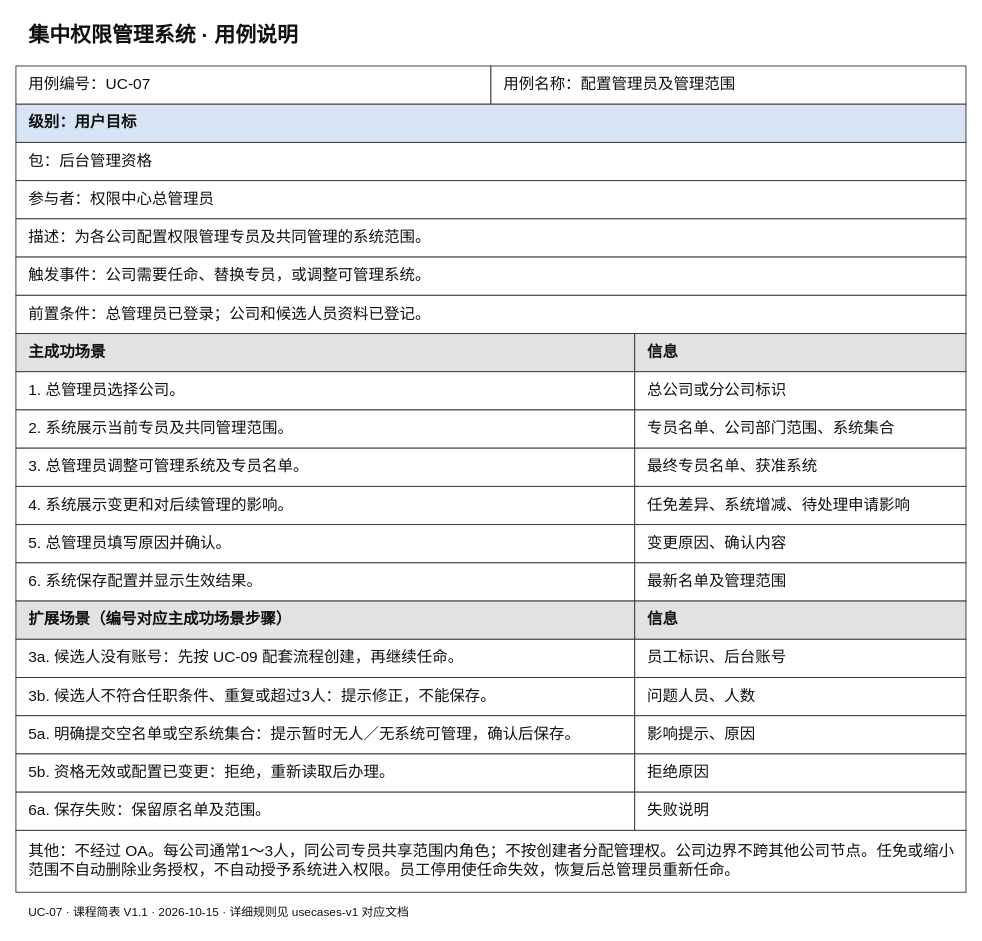
Noah-hope/RBAC-admin keeps this draw.io diagram as docs/按用例分类/UC-07_配置管理员及管理范围/课程简表.drawio. Above is the earlier version. Source tidied: cells renumbered, new cells numbered last; positions are measured from the earlier drawing's top-left corner, leaving out a move shared by most shapes. Both pictures are drawn from the tidied source at 91%, with x=0, y=0 at pixel (15, 15).
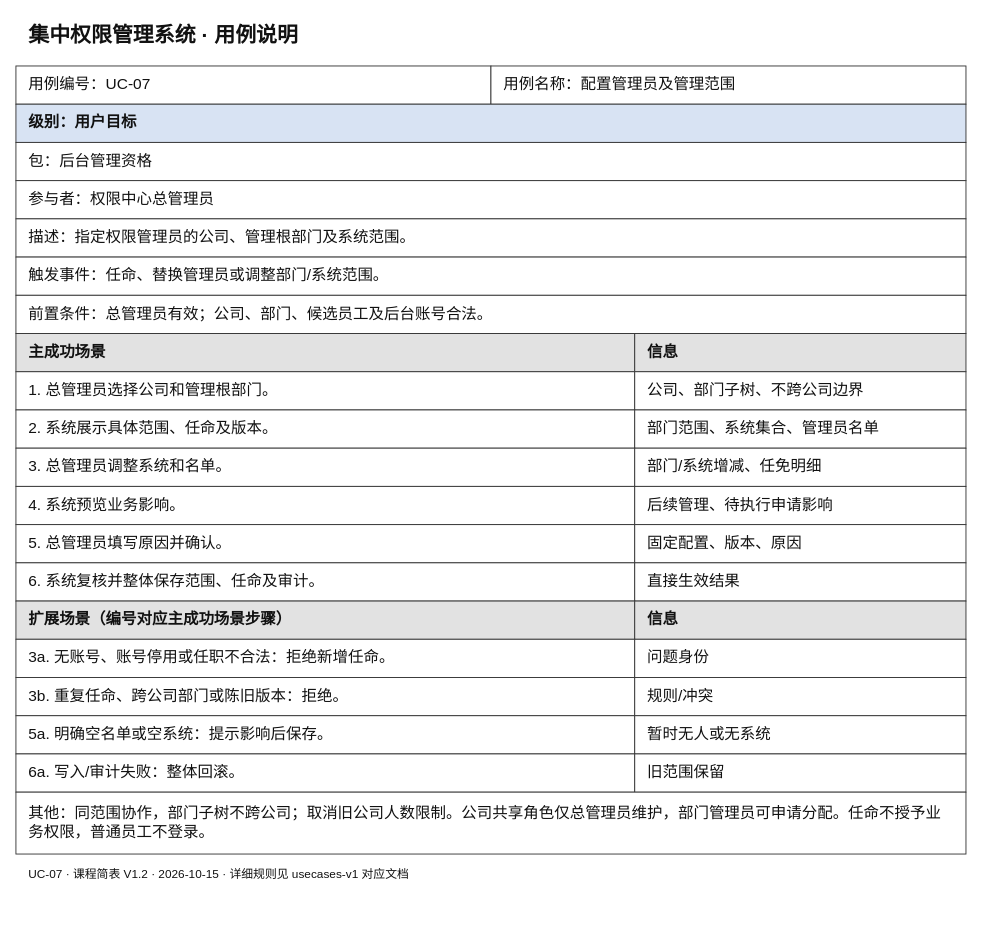
Above is the later version.

What changed in the source:
```diff
@@
-    <mxCell id="8" value="描述：为各公司配置权限管理专员及共同管理的系统范围。" style="rounded=0;whiteSpace=wrap;html=0;fontFamily=Microsoft YaHei;fontSize=17;fontColor=#111111;align=left;verticalAlign=middle;spacingLeft=12;spacingRight=12;spacingTop=8;spacingBottom=8;fillColor=#ffffff;strokeColor=#333333;fontStyle=0;" parent="1" vertex="1">
+    <mxCell id="8" value="描述：指定权限管理员的公司、管理根部门及系统范围。" style="rounded=0;whiteSpace=wrap;html=0;fontFamily=Microsoft YaHei;fontSize=17;fontColor=#111111;align=left;verticalAlign=middle;spacingLeft=12;spacingRight=12;spacingTop=8;spacingBottom=8;fillColor=#ffffff;strokeColor=#333333;fontStyle=0;" parent="1" vertex="1">
       <mxGeometry y="223" width="1044" height="42" as="geometry" />
     </mxCell>
-    <mxCell id="9" value="触发事件：公司需要任命、替换专员，或调整可管理系统。" style="rounded=0;whiteSpace=wrap;html=0;fontFamily=Microsoft YaHei;fontSize=17;fontColor=#111111;align=left;verticalAlign=middle;spacingLeft=12;spacingRight=12;spacingTop=8;spacingBottom=8;fillColor=#ffffff;strokeColor=#333333;fontStyle=0;" parent="1" vertex="1">
+    <mxCell id="9" value="触发事件：任命、替换管理员或调整部门/系统范围。" style="rounded=0;whiteSpace=wrap;html=0;fontFamily=Microsoft YaHei;fontSize=17;fontColor=#111111;align=left;verticalAlign=middle;spacingLeft=12;spacingRight=12;spacingTop=8;spacingBottom=8;fillColor=#ffffff;strokeColor=#333333;fontStyle=0;" parent="1" vertex="1">
       <mxGeometry y="265" width="1044" height="42" as="geometry" />
     </mxCell>
-    <mxCell id="10" value="前置条件：总管理员已登录；公司和候选人员资料已登记。" style="rounded=0;whiteSpace=wrap;html=0;fontFamily=Microsoft YaHei;fontSize=17;fontColor=#111111;align=left;verticalAlign=middle;spacingLeft=12;spacingRight=12;spacingTop=8;spacingBottom=8;fillColor=#ffffff;strokeColor=#333333;fontStyle=0;" parent="1" vertex="1">
+    <mxCell id="10" value="前置条件：总管理员有效；公司、部门、候选员工及后台账号合法。" style="rounded=0;whiteSpace=wrap;html=0;fontFamily=Microsoft YaHei;fontSize=17;fontColor=#111111;align=left;verticalAlign=middle;spacingLeft=12;spacingRight=12;spacingTop=8;spacingBottom=8;fillColor=#ffffff;strokeColor=#333333;fontStyle=0;" parent="1" vertex="1">
       <mxGeometry y="307" width="1044" height="42" as="geometry" />
     </mxCell>
@@
-    <mxCell id="13" value="1. 总管理员选择公司。" style="rounded=0;whiteSpace=wrap;html=0;fontFamily=Microsoft YaHei;fontSize=17;fontColor=#111111;align=left;verticalAlign=middle;spacingLeft=12;spacingRight=12;spacingTop=8;spacingBottom=8;fillColor=#ffffff;strokeColor=#333333;fontStyle=0;" parent="1" vertex="1">
+    <mxCell id="13" value="1. 总管理员选择公司和管理根部门。" style="rounded=0;whiteSpace=wrap;html=0;fontFamily=Microsoft YaHei;fontSize=17;fontColor=#111111;align=left;verticalAlign=middle;spacingLeft=12;spacingRight=12;spacingTop=8;spacingBottom=8;fillColor=#ffffff;strokeColor=#333333;fontStyle=0;" parent="1" vertex="1">
       <mxGeometry y="391" width="680" height="42" as="geometry" />
     </mxCell>
-    <mxCell id="14" value="总公司或分公司标识" style="rounded=0;whiteSpace=wrap;html=0;fontFamily=Microsoft YaHei;fontSize=17;fontColor=#111111;align=left;verticalAlign=middle;spacingLeft=12;spacingRight=12;spacingTop=8;spacingBottom=8;fillColor=#ffffff;strokeColor=#333333;fontStyle=0;" parent="1" vertex="1">
+    <mxCell id="14" value="公司、部门子树、不跨公司边界" style="rounded=0;whiteSpace=wrap;html=0;fontFamily=Microsoft YaHei;fontSize=17;fontColor=#111111;align=left;verticalAlign=middle;spacingLeft=12;spacingRight=12;spacingTop=8;spacingBottom=8;fillColor=#ffffff;strokeColor=#333333;fontStyle=0;" parent="1" vertex="1">
       <mxGeometry x="680" y="391" width="364" height="42" as="geometry" />
     </mxCell>
-    <mxCell id="15" value="2. 系统展示当前专员及共同管理范围。" style="rounded=0;whiteSpace=wrap;html=0;fontFamily=Microsoft YaHei;fontSize=17;fontColor=#111111;align=left;verticalAlign=middle;spacingLeft=12;spacingRight=12;spacingTop=8;spacingBottom=8;fillColor=#ffffff;strokeColor=#333333;fontStyle=0;" parent="1" vertex="1">
+    <mxCell id="15" value="2. 系统展示具体范围、任命及版本。" style="rounded=0;whiteSpace=wrap;html=0;fontFamily=Microsoft YaHei;fontSize=17;fontColor=#111111;align=left;verticalAlign=middle;spacingLeft=12;spacingRight=12;spacingTop=8;spacingBottom=8;fillColor=#ffffff;strokeColor=#333333;fontStyle=0;" parent="1" vertex="1">
       <mxGeometry y="433" width="680" height="42" as="geometry" />
     </mxCell>
-    <mxCell id="16" value="专员名单、公司部门范围、系统集合" style="rounded=0;whiteSpace=wrap;html=0;fontFamily=Microsoft YaHei;fontSize=17;fontColor=#111111;align=left;verticalAlign=middle;spacingLeft=12;spacingRight=12;spacingTop=8;spacingBottom=8;fillColor=#ffffff;strokeColor=#333333;fontStyle=0;" parent="1" vertex="1">
+    <mxCell id="16" value="部门范围、系统集合、管理员名单" style="rounded=0;whiteSpace=wrap;html=0;fontFamily=Microsoft YaHei;fontSize=17;fontColor=#111111;align=left;verticalAlign=middle;spacingLeft=12;spacingRight=12;spacingTop=8;spacingBottom=8;fillColor=#ffffff;strokeColor=#333333;fontStyle=0;" parent="1" vertex="1">
       <mxGeometry x="680" y="433" width="364" height="42" as="geometry" />
     </mxCell>
-    <mxCell id="17" value="3. 总管理员调整可管理系统及专员名单。" style="rounded=0;whiteSpace=wrap;html=0;fontFamily=Microsoft YaHei;fontSize=17;fontColor=#111111;align=left;verticalAlign=middle;spacingLeft=12;spacingRight=12;spacingTop=8;spacingBottom=8;fillColor=#ffffff;strokeColor=#333333;fontStyle=0;" parent="1" vertex="1">
+    <mxCell id="17" value="3. 总管理员调整系统和名单。" style="rounded=0;whiteSpace=wrap;html=0;fontFamily=Microsoft YaHei;fontSize=17;fontColor=#111111;align=left;verticalAlign=middle;spacingLeft=12;spacingRight=12;spacingTop=8;spacingBottom=8;fillColor=#ffffff;strokeColor=#333333;fontStyle=0;" parent="1" vertex="1">
       <mxGeometry y="475" width="680" height="42" as="geometry" />
     </mxCell>
-    <mxCell id="18" value="最终专员名单、获准系统" style="rounded=0;whiteSpace=wrap;html=0;fontFamily=Microsoft YaHei;fontSize=17;fontColor=#111111;align=left;verticalAlign=middle;spacingLeft=12;spacingRight=12;spacingTop=8;spacingBottom=8;fillColor=#ffffff;strokeColor=#333333;fontStyle=0;" parent="1" vertex="1">
+    <mxCell id="18" value="部门/系统增减、任免明细" style="rounded=0;whiteSpace=wrap;html=0;fontFamily=Microsoft YaHei;fontSize=17;fontColor=#111111;align=left;verticalAlign=middle;spacingLeft=12;spacingRight=12;spacingTop=8;spacingBottom=8;fillColor=#ffffff;strokeColor=#333333;fontStyle=0;" parent="1" vertex="1">
       <mxGeometry x="680" y="475" width="364" height="42" as="geometry" />
     </mxCell>
-    <mxCell id="19" value="4. 系统展示变更和对后续管理的影响。" style="rounded=0;whiteSpace=wrap;html=0;fontFamily=Microsoft YaHei;fontSize=17;fontColor=#111111;align=left;verticalAlign=middle;spacingLeft=12;spacingRight=12;spacingTop=8;spacingBottom=8;fillColor=#ffffff;strokeColor=#333333;fontStyle=0;" parent="1" vertex="1">
+    <mxCell id="19" value="4. 系统预览业务影响。" style="rounded=0;whiteSpace=wrap;html=0;fontFamily=Microsoft YaHei;fontSize=17;fontColor=#111111;align=left;verticalAlign=middle;spacingLeft=12;spacingRight=12;spacingTop=8;spacingBottom=8;fillColor=#ffffff;strokeColor=#333333;fontStyle=0;" parent="1" vertex="1">
       <mxGeometry y="517" width="680" height="42" as="geometry" />
     </mxCell>
-    <mxCell id="20" value="任免差异、系统增减、待处理申请影响" style="rounded=0;whiteSpace=wrap;html=0;fontFamily=Microsoft YaHei;fontSize=17;fontColor=#111111;align=left;verticalAlign=middle;spacingLeft=12;spacingRight=12;spacingTop=8;spacingBottom=8;fillColor=#ffffff;strokeColor=#333333;fontStyle=0;" parent="1" vertex="1">
+    <mxCell id="20" value="后续管理、待执行申请影响" style="rounded=0;whiteSpace=wrap;html=0;fontFamily=Microsoft YaHei;fontSize=17;fontColor=#111111;align=left;verticalAlign=middle;spacingLeft=12;spacingRight=12;spacingTop=8;spacingBottom=8;fillColor=#ffffff;strokeColor=#333333;fontStyle=0;" parent="1" vertex="1">
       <mxGeometry x="680" y="517" width="364" height="42" as="geometry" />
     </mxCell>
@@
-    <mxCell id="22" value="变更原因、确认内容" style="rounded=0;whiteSpace=wrap;html=0;fontFamily=Microsoft YaHei;fontSize=17;fontColor=#111111;align=left;verticalAlign=middle;spacingLeft=12;spacingRight=12;spacingTop=8;spacingBottom=8;fillColor=#ffffff;strokeColor=#333333;fontStyle=0;" parent="1" vertex="1">
+    <mxCell id="22" value="固定配置、版本、原因" style="rounded=0;whiteSpace=wrap;html=0;fontFamily=Microsoft YaHei;fontSize=17;fontColor=#111111;align=left;verticalAlign=middle;spacingLeft=12;spacingRight=12;spacingTop=8;spacingBottom=8;fillColor=#ffffff;strokeColor=#333333;fontStyle=0;" parent="1" vertex="1">
       <mxGeometry x="680" y="559" width="364" height="42" as="geometry" />
     </mxCell>
-    <mxCell id="23" value="6. 系统保存配置并显示生效结果。" style="rounded=0;whiteSpace=wrap;html=0;fontFamily=Microsoft YaHei;fontSize=17;fontColor=#111111;align=left;verticalAlign=middle;spacingLeft=12;spacingRight=12;spacingTop=8;spacingBottom=8;fillColor=#ffffff;strokeColor=#333333;fontStyle=0;" parent="1" vertex="1">
+    <mxCell id="23" value="6. 系统复核并整体保存范围、任命及审计。" style="rounded=0;whiteSpace=wrap;html=0;fontFamily=Microsoft YaHei;fontSize=17;fontColor=#111111;align=left;verticalAlign=middle;spacingLeft=12;spacingRight=12;spacingTop=8;spacingBottom=8;fillColor=#ffffff;strokeColor=#333333;fontStyle=0;" parent="1" vertex="1">
       <mxGeometry y="601" width="680" height="42" as="geometry" />
     </mxCell>
-    <mxCell id="24" value="最新名单及管理范围" style="rounded=0;whiteSpace=wrap;html=0;fontFamily=Microsoft YaHei;fontSize=17;fontColor=#111111;align=left;verticalAlign=middle;spacingLeft=12;spacingRight=12;spacingTop=8;spacingBottom=8;fillColor=#ffffff;strokeColor=#333333;fontStyle=0;" parent="1" vertex="1">
+    <mxCell id="24" value="直接生效结果" style="rounded=0;whiteSpace=wrap;html=0;fontFamily=Microsoft YaHei;fontSize=17;fontColor=#111111;align=left;verticalAlign=middle;spacingLeft=12;spacingRight=12;spacingTop=8;spacingBottom=8;fillColor=#ffffff;strokeColor=#333333;fontStyle=0;" parent="1" vertex="1">
       <mxGeometry x="680" y="601" width="364" height="42" as="geometry" />
     </mxCell>
@@
-    <mxCell id="27" value="3a. 候选人没有账号：先按 UC-09 配套流程创建，再继续任命。" style="rounded=0;whiteSpace=wrap;html=0;fontFamily=Microsoft YaHei;fontSize=17;fontColor=#111111;align=left;verticalAlign=middle;spacingLeft=12;spacingRight=12;spacingTop=8;spacingBottom=8;fillColor=#ffffff;strokeColor=#333333;fontStyle=0;" parent="1" vertex="1">
+    <mxCell id="27" value="3a. 无账号、账号停用或任职不合法：拒绝新增任命。" style="rounded=0;whiteSpace=wrap;html=0;fontFamily=Microsoft YaHei;fontSize=17;fontColor=#111111;align=left;verticalAlign=middle;spacingLeft=12;spacingRight=12;spacingTop=8;spacingBottom=8;fillColor=#ffffff;strokeColor=#333333;fontStyle=0;" parent="1" vertex="1">
       <mxGeometry y="685" width="680" height="42" as="geometry" />
     </mxCell>
-    <mxCell id="28" value="员工标识、后台账号" style="rounded=0;whiteSpace=wrap;html=0;fontFamily=Microsoft YaHei;fontSize=17;fontColor=#111111;align=left;verticalAlign=middle;spacingLeft=12;spacingRight=12;spacingTop=8;spacingBottom=8;fillColor=#ffffff;strokeColor=#333333;fontStyle=0;" parent="1" vertex="1">
+    <mxCell id="28" value="问题身份" style="rounded=0;whiteSpace=wrap;html=0;fontFamily=Microsoft YaHei;fontSize=17;fontColor=#111111;align=left;verticalAlign=middle;spacingLeft=12;spacingRight=12;spacingTop=8;spacingBottom=8;fillColor=#ffffff;strokeColor=#333333;fontStyle=0;" parent="1" vertex="1">
       <mxGeometry x="680" y="685" width="364" height="42" as="geometry" />
     </mxCell>
-    <mxCell id="29" value="3b. 候选人不符合任职条件、重复或超过3人：提示修正，不能保存。" style="rounded=0;whiteSpace=wrap;html=0;fontFamily=Microsoft YaHei;fontSize=17;fontColor=#111111;align=left;verticalAlign=middle;spacingLeft=12;spacingRight=12;spacingTop=8;spacingBottom=8;fillColor=#ffffff;strokeColor=#333333;fontStyle=0;" parent="1" vertex="1">
+    <mxCell id="29" value="3b. 重复任命、跨公司部门或陈旧版本：拒绝。" style="rounded=0;whiteSpace=wrap;html=0;fontFamily=Microsoft YaHei;fontSize=17;fontColor=#111111;align=left;verticalAlign=middle;spacingLeft=12;spacingRight=12;spacingTop=8;spacingBottom=8;fillColor=#ffffff;strokeColor=#333333;fontStyle=0;" parent="1" vertex="1">
       <mxGeometry y="727" width="680" height="42" as="geometry" />
     </mxCell>
-    <mxCell id="30" value="问题人员、人数" style="rounded=0;whiteSpace=wrap;html=0;fontFamily=Microsoft YaHei;fontSize=17;fontColor=#111111;align=left;verticalAlign=middle;spacingLeft=12;spacingRight=12;spacingTop=8;spacingBottom=8;fillColor=#ffffff;strokeColor=#333333;fontStyle=0;" parent="1" vertex="1">
+    <mxCell id="30" value="规则/冲突" style="rounded=0;whiteSpace=wrap;html=0;fontFamily=Microsoft YaHei;fontSize=17;fontColor=#111111;align=left;verticalAlign=middle;spacingLeft=12;spacingRight=12;spacingTop=8;spacingBottom=8;fillColor=#ffffff;strokeColor=#333333;fontStyle=0;" parent="1" vertex="1">
       <mxGeometry x="680" y="727" width="364" height="42" as="geometry" />
     </mxCell>
-    <mxCell id="31" value="5a. 明确提交空名单或空系统集合：提示暂时无人／无系统可管理，确认后保存。" style="rounded=0;whiteSpace=wrap;html=0;fontFamily=Microsoft YaHei;fontSize=17;fontColor=#111111;align=left;verticalAlign=middle;spacingLeft=12;spacingRight=12;spacingTop=8;spacingBottom=8;fillColor=#ffffff;strokeColor=#333333;fontStyle=0;" parent="1" vertex="1">
+    <mxCell id="31" value="5a. 明确空名单或空系统：提示影响后保存。" style="rounded=0;whiteSpace=wrap;html=0;fontFamily=Microsoft YaHei;fontSize=17;fontColor=#111111;align=left;verticalAlign=middle;spacingLeft=12;spacingRight=12;spacingTop=8;spacingBottom=8;fillColor=#ffffff;strokeColor=#333333;fontStyle=0;" parent="1" vertex="1">
       <mxGeometry y="769" width="680" height="42" as="geometry" />
     </mxCell>
-    <mxCell id="32" value="影响提示、原因" style="rounded=0;whiteSpace=wrap;html=0;fontFamily=Microsoft YaHei;fontSize=17;fontColor=#111111;align=left;verticalAlign=middle;spacingLeft=12;spacingRight=12;spacingTop=8;spacingBottom=8;fillColor=#ffffff;strokeColor=#333333;fontStyle=0;" parent="1" vertex="1">
+    <mxCell id="32" value="暂时无人或无系统" style="rounded=0;whiteSpace=wrap;html=0;fontFamily=Microsoft YaHei;fontSize=17;fontColor=#111111;align=left;verticalAlign=middle;spacingLeft=12;spacingRight=12;spacingTop=8;spacingBottom=8;fillColor=#ffffff;strokeColor=#333333;fontStyle=0;" parent="1" vertex="1">
       <mxGeometry x="680" y="769" width="364" height="42" as="geometry" />
     </mxCell>
-    <mxCell id="33" value="5b. 资格无效或配置已变更：拒绝，重新读取后办理。" style="rounded=0;whiteSpace=wrap;html=0;fontFamily=Microsoft YaHei;fontSize=17;fontColor=#111111;align=left;verticalAlign=middle;spacingLeft=12;spacingRight=12;spacingTop=8;spacingBottom=8;fillColor=#ffffff;strokeColor=#333333;fontStyle=0;" parent="1" vertex="1">
+    <mxCell id="33" value="6a. 写入/审计失败：整体回滚。" style="rounded=0;whiteSpace=wrap;html=0;fontFamily=Microsoft YaHei;fontSize=17;fontColor=#111111;align=left;verticalAlign=middle;spacingLeft=12;spacingRight=12;spacingTop=8;spacingBottom=8;fillColor=#ffffff;strokeColor=#333333;fontStyle=0;" parent="1" vertex="1">
       <mxGeometry y="811" width="680" height="42" as="geometry" />
     </mxCell>
-    <mxCell id="34" value="拒绝原因" style="rounded=0;whiteSpace=wrap;html=0;fontFamily=Microsoft YaHei;fontSize=17;fontColor=#111111;align=left;verticalAlign=middle;spacingLeft=12;spacingRight=12;spacingTop=8;spacingBottom=8;fillColor=#ffffff;strokeColor=#333333;fontStyle=0;" parent="1" vertex="1">
+    <mxCell id="34" value="旧范围保留" style="rounded=0;whiteSpace=wrap;html=0;fontFamily=Microsoft YaHei;fontSize=17;fontColor=#111111;align=left;verticalAlign=middle;spacingLeft=12;spacingRight=12;spacingTop=8;spacingBottom=8;fillColor=#ffffff;strokeColor=#333333;fontStyle=0;" parent="1" vertex="1">
       <mxGeometry x="680" y="811" width="364" height="42" as="geometry" />
     </mxCell>
-    <mxCell id="35" value="6a. 保存失败：保留原名单及范围。" style="rounded=0;whiteSpace=wrap;html=0;fontFamily=Microsoft YaHei;fontSize=17;fontColor=#111111;align=left;verticalAlign=middle;spacingLeft=12;spacingRight=12;spacingTop=8;spacingBottom=8;fillColor=#ffffff;strokeColor=#333333;fontStyle=0;" parent="1" vertex="1">
-      <mxGeometry y="853" width="680" height="42" as="geometry" />
+    <mxCell id="35" value="其他：同范围协作，部门子树不跨公司；取消旧公司人数限制。公司共享角色仅总管理员维护，部门管理员可申请分配。任命不授予业务权限，普通员工不登录。" style="rounded=0;whiteSpace=wrap;html=0;fontFamily=Microsoft YaHei;fontSize=17;fontColor=#111111;align=left;verticalAlign=middle;spacingLeft=12;spacingRight=12;spacingTop=8;spacingBottom=8;fillColor=#ffffff;strokeColor=#333333;fontStyle=0;" parent="1" vertex="1">
+      <mxGeometry y="853" width="1044" height="68" as="geometry" />
     </mxCell>
-    <mxCell id="36" value="失败说明" style="rounded=0;whiteSpace=wrap;html=0;fontFamily=Microsoft YaHei;fontSize=17;fontColor=#111111;align=left;verticalAlign=middle;spacingLeft=12;spacingRight=12;spacingTop=8;spacingBottom=8;fillColor=#ffffff;strokeColor=#333333;fontStyle=0;" parent="1" vertex="1">
-      <mxGeometry x="680" y="853" width="364" height="42" as="geometry" />
-    </mxCell>
-    <mxCell id="37" value="其他：不经过 OA。每公司通常1～3人，同公司专员共享范围内角色；不按创建者分配管理权。公司边界不跨其他公司节点。任免或缩小范围不自动删除业务授权，不自动授予系统进入权限。员工停用使任命失效，恢复后总管理员重新任命。" style="rounded=0;whiteSpace=wrap;html=0;fontFamily=Microsoft YaHei;fontSize=17;fontColor=#111111;align=left;verticalAlign=middle;spacingLeft=12;spacingRight=12;spacingTop=8;spacingBottom=8;fillColor=#ffffff;strokeColor=#333333;fontStyle=0;" parent="1" vertex="1">
-      <mxGeometry y="895" width="1044" height="68" as="geometry" />
-    </mxCell>
-    <mxCell id="38" value="UC-07 · 课程简表 V1.1 · 2026-10-15 · 详细规则见 usecases-v1 对应文档" style="rounded=0;whiteSpace=wrap;html=0;fontFamily=Microsoft YaHei;fontSize=13;fontColor=#111111;align=left;verticalAlign=middle;spacingLeft=12;spacingRight=12;spacingTop=8;spacingBottom=8;fillColor=#ffffff;strokeColor=none;fontStyle=0;" parent="1" vertex="1">
-      <mxGeometry y="970" width="1044" height="30" as="geometry" />
+    <mxCell id="38" value="UC-07 · 课程简表 V1.2 · 2026-10-15 · 详细规则见 usecases-v1 对应文档" style="rounded=0;whiteSpace=wrap;html=0;fontFamily=Microsoft YaHei;fontSize=13;fontColor=#111111;align=left;verticalAlign=middle;spacingLeft=12;spacingRight=12;spacingTop=8;spacingBottom=8;fillColor=#ffffff;strokeColor=none;fontStyle=0;" parent="1" vertex="1">
+      <mxGeometry y="928" width="1044" height="30" as="geometry" />
     </mxCell>
```
